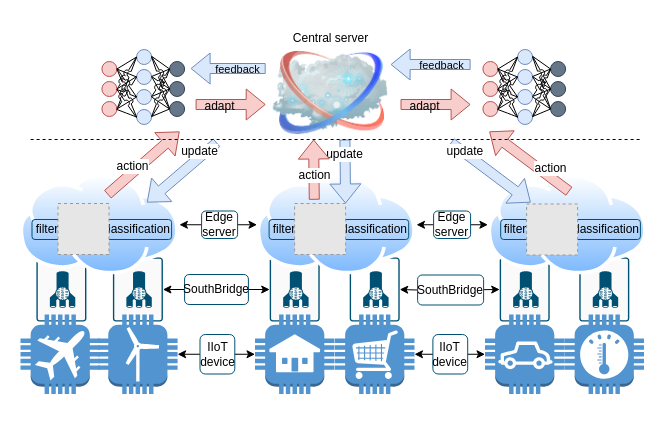
Before: paper/drawio/policy01.drawio in luozhihu/VS_Code_Notes, a draw.io diagram. Source tidied: cells renumbered, new cells numbered last; positions are measured from the earlier drawing's top-left corner, leaving out a move shared by most shapes. Both pictures are drawn from the tidied source at 100%, with x=0, y=0 at pixel (19, 28). Pictures stored in the file or linked from it are replaced by grey dashed boxes.
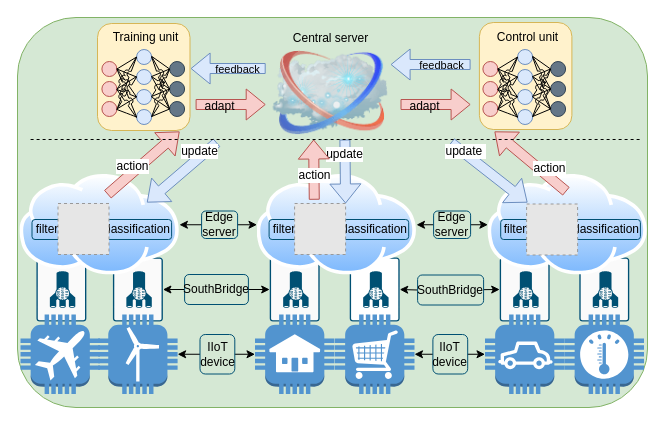
The same diagram, later.

Diff of the diagram source:
```diff
@@
+    <mxCell id="135" style="rounded=1;whiteSpace=wrap;html=1;fontFamily=Bahnschrift;fillColor=#d5e8d4;strokeColor=#82b366;" parent="1" vertex="1">
+      <mxGeometry x="-2" y="-11" width="630" height="390" as="geometry" />
+    </mxCell>
+    <mxCell id="136" style="rounded=1;whiteSpace=wrap;html=1;fontFamily=Bahnschrift;fillColor=#fff2cc;strokeColor=#d6b656;" parent="1" vertex="1">
+      <mxGeometry x="459.9" y="-6" width="92.5" height="107" as="geometry" />
+    </mxCell>
+    <mxCell id="137" style="rounded=1;whiteSpace=wrap;html=1;fontFamily=Bahnschrift;fillColor=#fff2cc;strokeColor=#d6b656;" parent="1" vertex="1">
+      <mxGeometry x="78" y="-5" width="92.5" height="107" as="geometry" />
+    </mxCell>
@@
-    <mxCell id="4" style="sketch=0;points=[[0.015,0.015,0],[0.985,0.015,0],[0.985,0.985,0],[0.015,0.985,0],[0.25,0,0],[0.5,0,0],[0.75,0,0],[1,0.25,0],[1,0.5,0],[1,0.75,0],[0.75,1,0],[0.5,1,0],[0.25,1,0],[0,0.75,0],[0,0.5,0],[0,0.25,0]];verticalLabelPosition=bottom;html=1;verticalAlign=top;align=center;shape=mxgraph.cisco19.rect;prIcon=virtual_private_network_connector;fillColor=none;strokeColor=#005073;rotation=-90;fontFamily=Bahnschrift;" parent="1" vertex="1">
+    <mxCell id="4" style="sketch=0;points=[[0.015,0.015,0],[0.985,0.015,0],[0.985,0.985,0],[0.015,0.985,0],[0.25,0,0],[0.5,0,0],[0.75,0,0],[1,0.25,0],[1,0.5,0],[1,0.75,0],[0.75,1,0],[0.5,1,0],[0.25,1,0],[0,0.75,0],[0,0.5,0],[0,0.25,0]];verticalLabelPosition=bottom;html=1;verticalAlign=top;align=center;shape=mxgraph.cisco19.rect;prIcon=virtual_private_network_connector;fillColor=default;strokeColor=#005073;rotation=-90;fontFamily=Bahnschrift;" parent="1" vertex="1">
       <mxGeometry x="323.2" y="236" width="64" height="50" as="geometry" />
     </mxCell>
@@
     <mxCell id="26" style="shape=flexArrow;endArrow=classic;html=1;fontSize=12;fillColor=#f8cecc;strokeColor=#b85450;fontFamily=Bahnschrift;" parent="1" edge="1">
       <mxGeometry relative="1" as="geometry">
-        <mxPoint x="549.8" y="163" as="sourcePoint" />
-        <mxPoint x="469.8" y="103" as="targetPoint" />
+        <mxPoint x="546.8" y="163" as="sourcePoint" />
+        <mxPoint x="475" y="103" as="targetPoint" />
       </mxGeometry>
     </mxCell>
@@
     <mxCell id="28" style="shape=flexArrow;endArrow=classic;html=1;fontSize=12;fillColor=#dae8fc;strokeColor=#6c8ebf;fontFamily=Bahnschrift;" parent="1" edge="1">
       <mxGeometry relative="1" as="geometry">
         <mxPoint x="431.3" y="114" as="sourcePoint" />
-        <mxPoint x="511.3" y="174" as="targetPoint" />
+        <mxPoint x="508" y="174" as="targetPoint" />
       </mxGeometry>
     </mxCell>
@@
+    <mxCell id="138" value="Control unit" style="text;html=1;align=center;verticalAlign=middle;strokeColor=none;fillColor=none;fontFamily=Bahnschrift;" parent="1" vertex="1">
+      <mxGeometry x="468.4" y="-1" width="80" height="20" as="geometry" />
+    </mxCell>
+    <mxCell id="139" value="Training unit" style="text;html=1;align=center;verticalAlign=middle;strokeColor=none;fillColor=none;fontFamily=Bahnschrift;" parent="1" vertex="1">
+      <mxGeometry x="86.1" y="-1" width="80" height="20" as="geometry" />
+    </mxCell>
```
